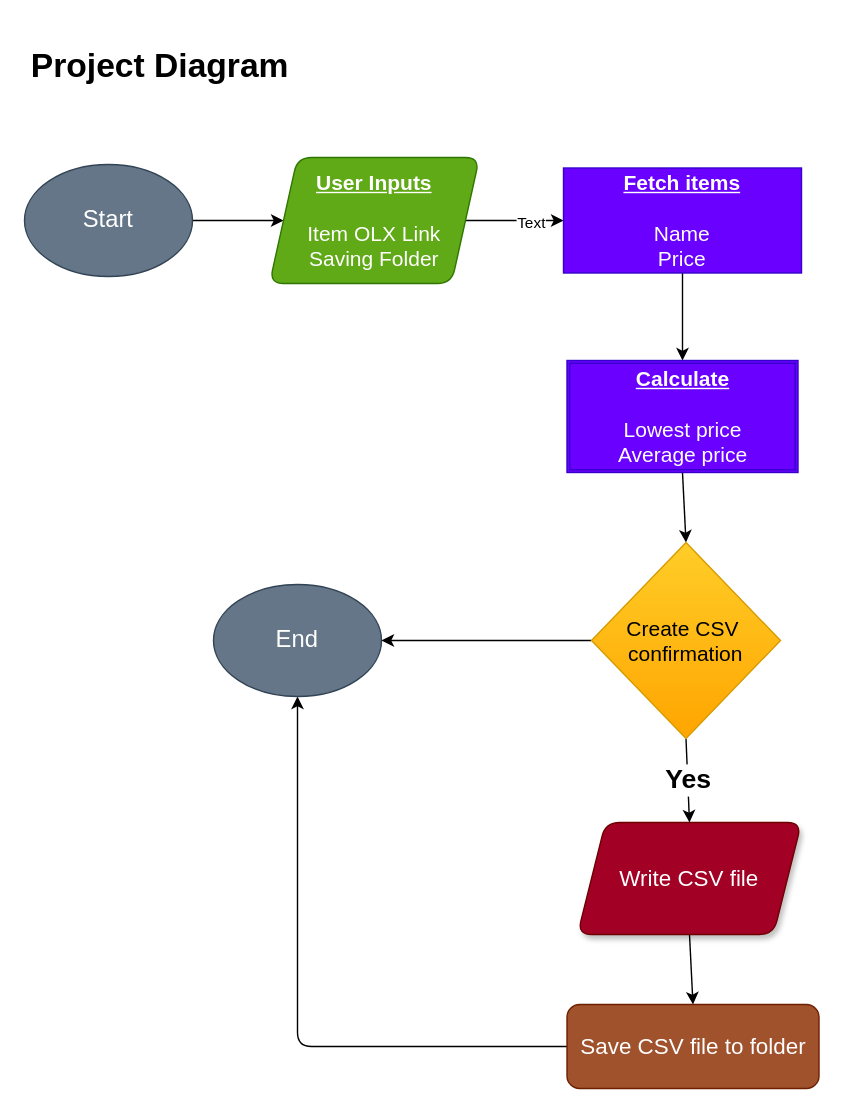
This is diagram.drawio from mostafa-ehab22/OLX-Web-Scraper, a draw.io file, before an edit. Source tidied: cells renumbered, new cells numbered last; positions are measured from the earlier drawing's top-left corner, leaving out a move shared by most shapes. Both pictures are drawn from the tidied source at 140%, with x=0, y=0 at pixel (24, 38).
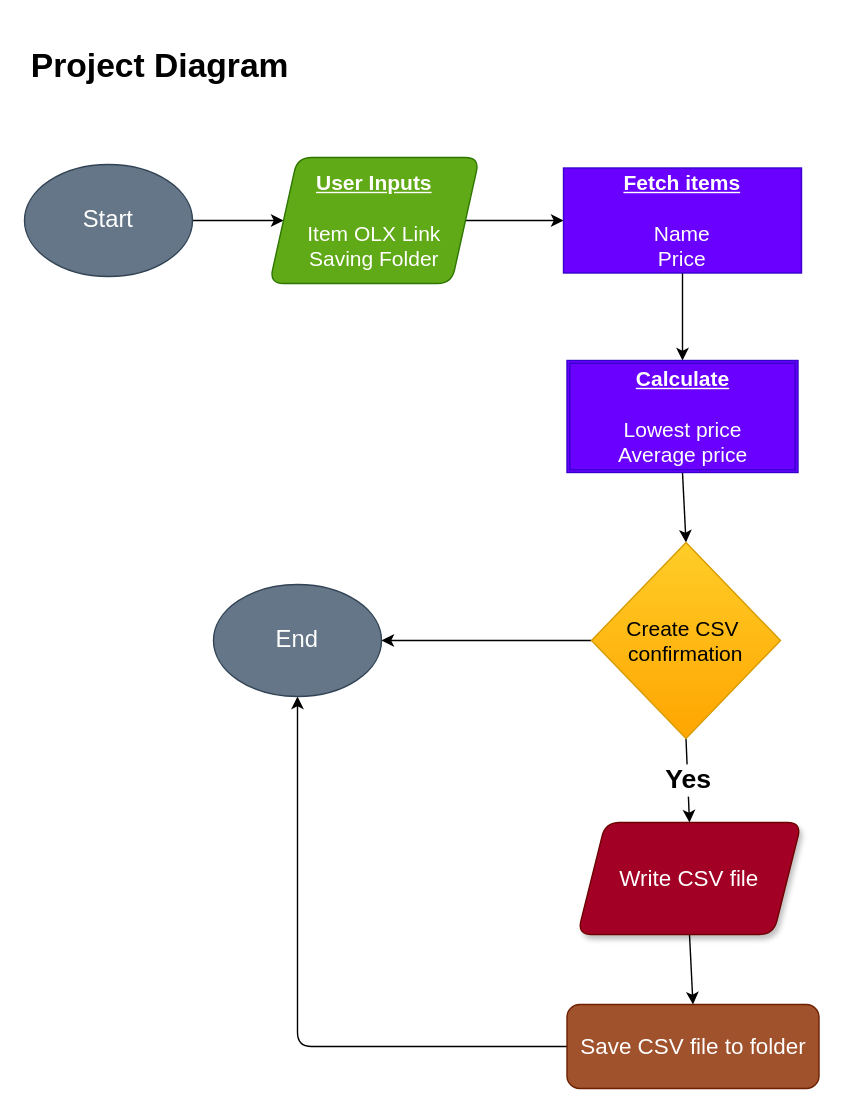
The same page after the edit.

The change refers to these unchanged cells:
```xml
<mxCell id="4" style="edgeStyle=none;html=1;exitX=1;exitY=0.5;exitDx=0;exitDy=0;entryX=0;entryY=0.5;entryDx=0;entryDy=0;" parent="1" edge="1" source="6" target="9">
  <mxGeometry relative="1" as="geometry" />
</mxCell>
```

Diff of the diagram source:
```diff
@@
-    <mxCell id="5" value="Text" style="edgeLabel;html=1;align=center;verticalAlign=middle;" parent="4" vertex="1">
-      <mxGeometry x="0.32" y="-1" relative="1" as="geometry" />
-    </mxCell>
```
